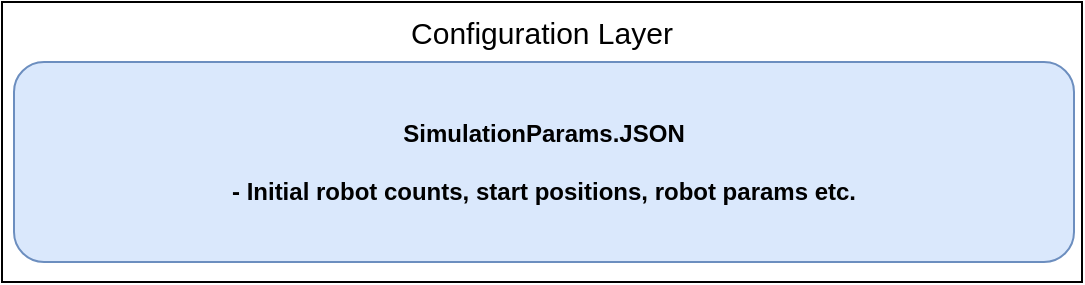
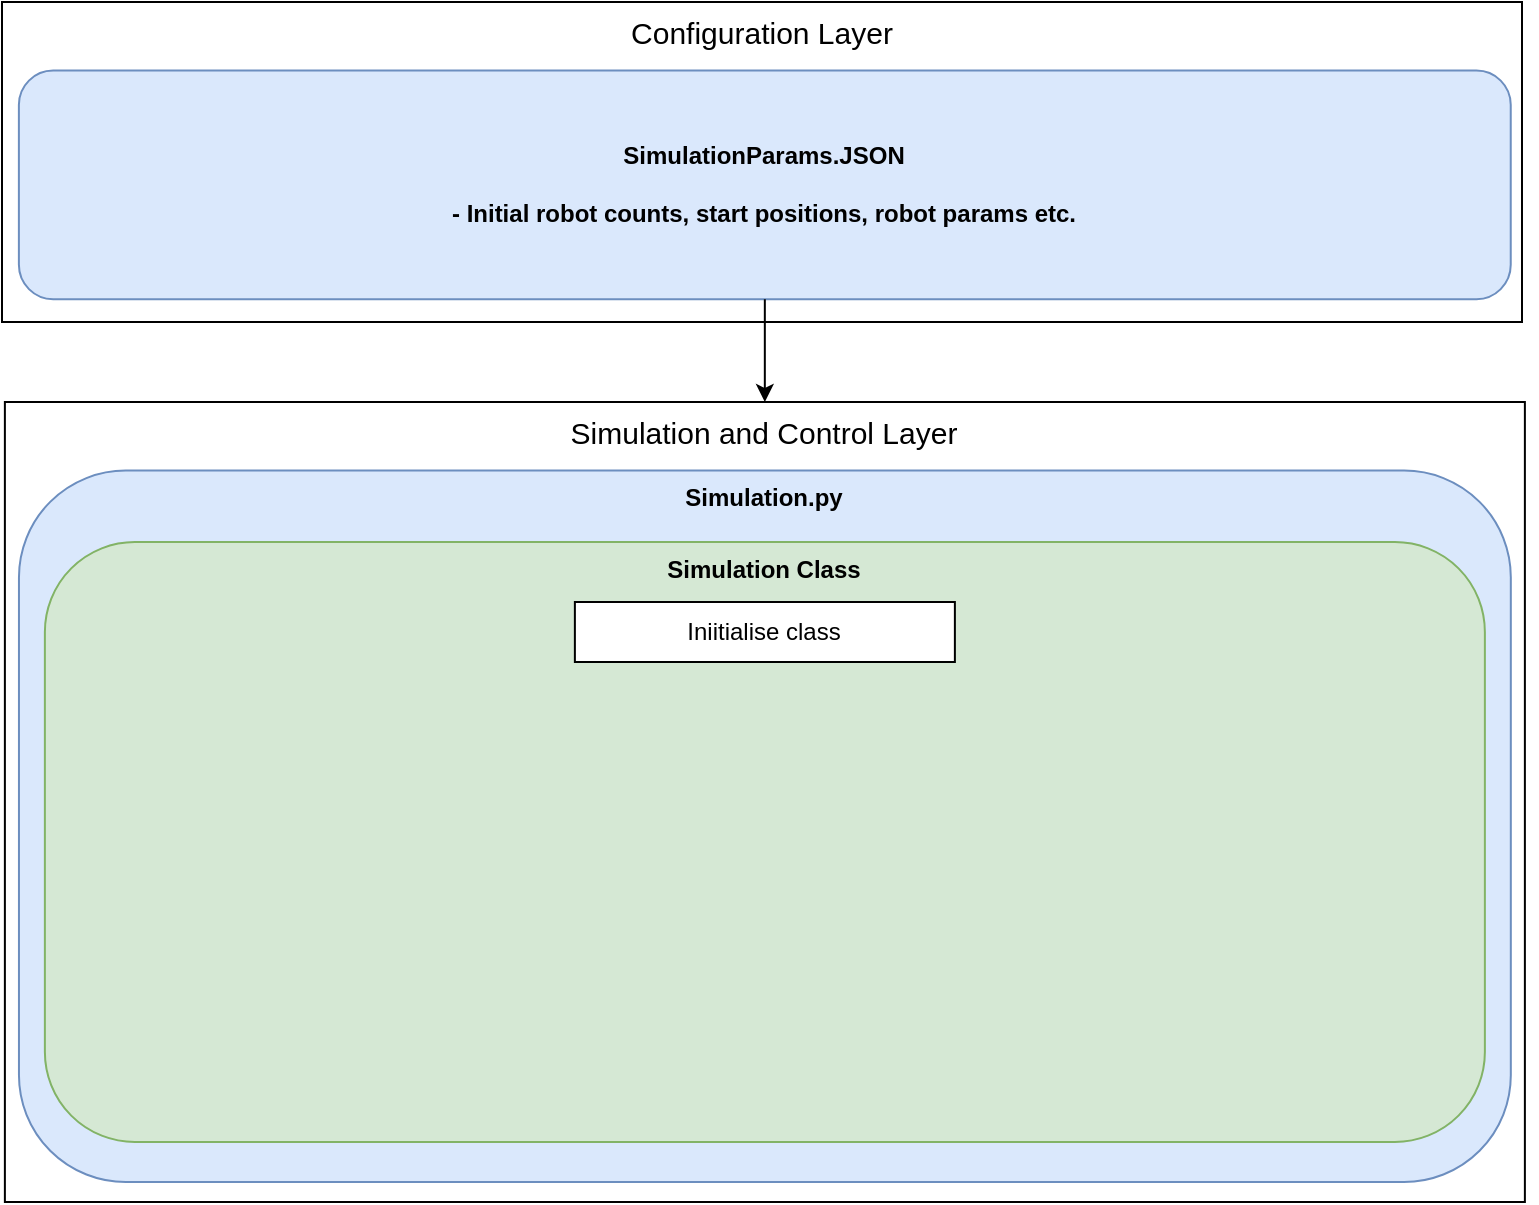
<mxfile host="app.diagrams.net">
  <diagram name="Page-1" id="-J414OeY5YgxxqsbPFfe">
    <mxGraphModel dx="1414" dy="797" grid="1" gridSize="10" guides="1" tooltips="1" connect="1" arrows="1" fold="1" page="1" pageScale="1" pageWidth="827" pageHeight="1169" math="0" shadow="0">
      <root>
        <mxCell id="0" />
        <mxCell id="1" parent="0" />
        <mxCell id="14Q7V1pquUAIA7o2LRRO-5" connectable="0" parent="1" style="group" value="" vertex="1">
-           <mxGeometry height="140" width="540" x="144" y="40" as="geometry" />
+           <mxGeometry height="160" width="760" x="40" y="40" as="geometry" />
        </mxCell>
        <mxCell id="14Q7V1pquUAIA7o2LRRO-4" parent="14Q7V1pquUAIA7o2LRRO-5" style="rounded=0;whiteSpace=wrap;html=1;verticalAlign=top;fontSize=15;" value="Configuration Layer" vertex="1">
-           <mxGeometry height="140" width="540" as="geometry" />
+           <mxGeometry height="160" width="760" as="geometry" />
        </mxCell>
        <mxCell id="14Q7V1pquUAIA7o2LRRO-2" parent="14Q7V1pquUAIA7o2LRRO-5" style="rounded=1;whiteSpace=wrap;html=1;fillColor=#dae8fc;strokeColor=#6c8ebf;fontStyle=1" value="&lt;div&gt;SimulationParams.JSON&lt;/div&gt;&lt;div&gt;&lt;br&gt;&lt;/div&gt;&lt;div&gt;- Initial robot counts, start positions, robot params etc.&lt;/div&gt;" vertex="1">
-           <mxGeometry height="100" width="530" x="6" y="30" as="geometry" />
+           <mxGeometry height="114.28571428571428" width="745.925925925926" x="8.444444444444445" y="34.285714285714285" as="geometry" />
+         </mxCell>
+         <mxCell id="nClvLH0ghlJ91tXTABhb-1" connectable="0" parent="1" style="group" value="" vertex="1">
+           <mxGeometry height="400" width="760" x="47.44" y="240" as="geometry" />
+         </mxCell>
+         <mxCell id="nClvLH0ghlJ91tXTABhb-2" parent="nClvLH0ghlJ91tXTABhb-1" style="rounded=0;whiteSpace=wrap;html=1;verticalAlign=top;fontSize=15;" value="&lt;div&gt;Simulation and Control Layer&lt;/div&gt;" vertex="1">
+           <mxGeometry height="400" width="760" x="-6" as="geometry" />
+         </mxCell>
+         <mxCell id="nClvLH0ghlJ91tXTABhb-3" parent="nClvLH0ghlJ91tXTABhb-1" style="rounded=1;whiteSpace=wrap;html=1;fillColor=#dae8fc;strokeColor=#6c8ebf;fontStyle=1;verticalAlign=top;" value="&lt;div&gt;Simulation.py&lt;/div&gt;&lt;div&gt;&lt;br&gt;&lt;/div&gt;&lt;div&gt;&lt;br&gt;&lt;/div&gt;" vertex="1">
+           <mxGeometry height="355.71" width="745.93" x="1.0399999999999991" y="34.29" as="geometry" />
+         </mxCell>
+         <mxCell id="nClvLH0ghlJ91tXTABhb-5" parent="nClvLH0ghlJ91tXTABhb-1" style="rounded=1;whiteSpace=wrap;html=1;fillColor=#d5e8d4;strokeColor=#82b366;verticalAlign=top;fontStyle=1" value="Simulation Class" vertex="1">
+           <mxGeometry height="300" width="720" x="14" y="70" as="geometry" />
+         </mxCell>
+         <mxCell id="nClvLH0ghlJ91tXTABhb-6" parent="nClvLH0ghlJ91tXTABhb-1" style="rounded=0;whiteSpace=wrap;html=1;" value="Iniitialise class" vertex="1">
+           <mxGeometry height="30" width="190" x="279" y="100" as="geometry" />
+         </mxCell>
+         <mxCell id="nClvLH0ghlJ91tXTABhb-4" edge="1" parent="1" source="14Q7V1pquUAIA7o2LRRO-2" style="edgeStyle=none;rounded=0;orthogonalLoop=1;jettySize=auto;html=1;" target="nClvLH0ghlJ91tXTABhb-2">
+           <mxGeometry relative="1" as="geometry">
+             <mxPoint x="450" y="220" as="sourcePoint" />
+             <mxPoint x="420" y="240" as="targetPoint" />
+           </mxGeometry>
        </mxCell>
      </root>
    </mxGraphModel>
  </diagram>
</mxfile>
